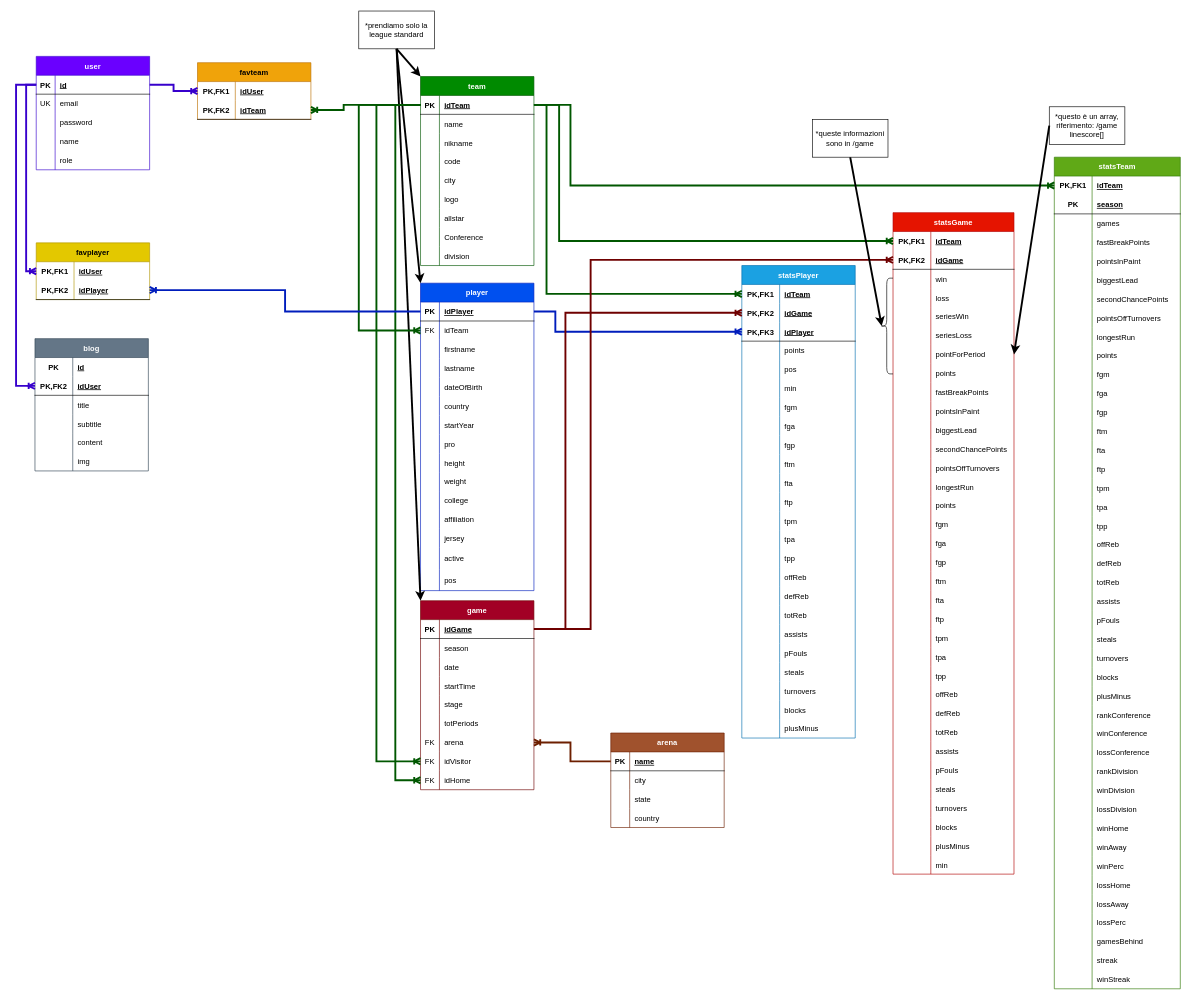
Earlier version of the draw.io diagram LastGame/database/DB_relazionale.drawio (leonardoscardoni/IGallinacci). Source tidied: cells renumbered, new cells numbered last; positions are measured from the earlier drawing's top-left corner, leaving out a move shared by most shapes. Both pictures are drawn from the tidied source at 63%, with x=0, y=0 at pixel (16, 11).
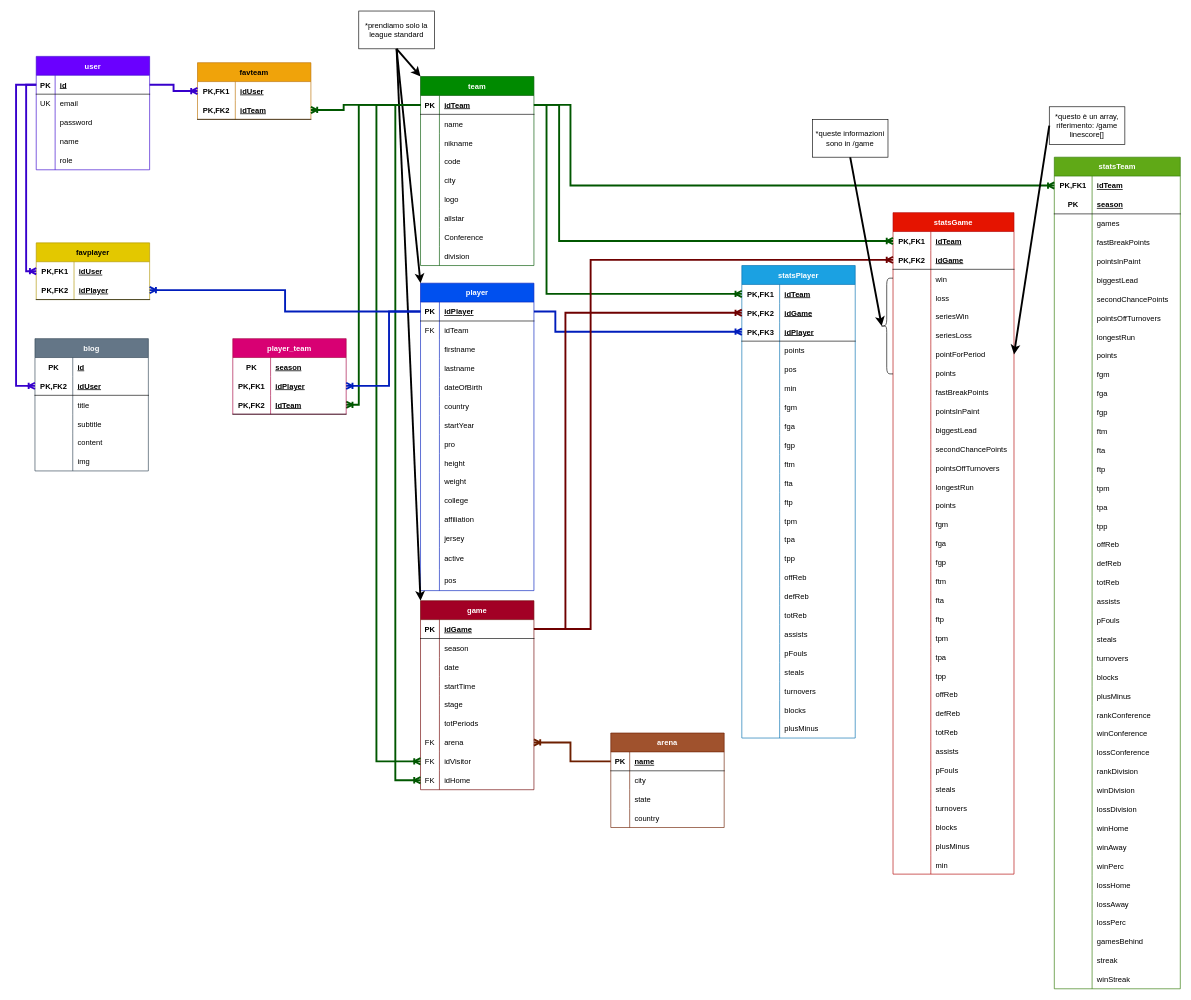
After the change.

The change refers to these unchanged cells:
```xml
<mxCell id="3" style="shape=tableRow;horizontal=0;startSize=0;swimlaneHead=0;swimlaneBody=0;fillColor=none;points=[[0,0.5],[1,0.5]];portConstraint=eastwest;top=0;left=0;right=0;bottom=1;" parent="2" vertex="1">
  <mxGeometry y="30" width="180" height="30" as="geometry" />
</mxCell>
<mxCell id="31" style="shape=tableRow;horizontal=0;startSize=0;swimlaneHead=0;swimlaneBody=0;fillColor=none;points=[[0,0.5],[1,0.5]];portConstraint=eastwest;top=0;left=0;right=0;bottom=1;" parent="30" vertex="1">
  <mxGeometry y="30" width="180" height="30" as="geometry" />
</mxCell>
<mxCell id="34" style="shape=tableRow;horizontal=0;startSize=0;swimlaneHead=0;swimlaneBody=0;fillColor=none;points=[[0,0.5],[1,0.5]];portConstraint=eastwest;top=0;left=0;right=0;bottom=0;" parent="30" vertex="1">
  <mxGeometry y="60" width="180" height="30" as="geometry" />
</mxCell>
```

Change to the diagram source:
```diff
@@
-    <mxCell id="441" style="edgeStyle=elbowEdgeStyle;fontSize=12;html=1;endArrow=ERoneToMany;rounded=0;strokeWidth=3;exitX=0;exitY=0.5;exitDx=0;exitDy=0;entryX=0;entryY=0.5;entryDx=0;entryDy=0;fillColor=#008a00;strokeColor=#005700;" parent="1" edge="1" source="3" target="34">
+    <mxCell id="441" style="edgeStyle=elbowEdgeStyle;fontSize=12;html=1;endArrow=ERoneToMany;rounded=0;strokeWidth=3;exitX=0;exitY=0.5;exitDx=0;exitDy=0;entryX=1;entryY=0.5;entryDx=0;entryDy=0;fillColor=#008a00;strokeColor=#005700;" parent="1" edge="1" source="3" target="503">
       <mxGeometry relative="1" as="geometry">
         <Array as="points">
           <mxPoint x="544" y="336" />
         </Array>
       </mxGeometry>
     </mxCell>
@@
+    <mxCell id="496" value="player_team" style="shape=table;startSize=30;childLayout=tableLayout;rowLines=0;fontStyle=1;align=center;fillColor=#d80073;fontColor=#ffffff;strokeColor=#A50040;" parent="1" vertex="1">
+      <mxGeometry x="344" y="520" width="180" height="120" as="geometry" />
+    </mxCell>
+    <mxCell id="497" style="shape=tableRow;horizontal=0;startSize=0;swimlaneHead=0;swimlaneBody=0;fillColor=none;top=0;left=0;right=0;bottom=0;" parent="496" vertex="1">
+      <mxGeometry y="30" width="180" height="30" as="geometry" />
+    </mxCell>
+    <mxCell id="498" value="PK" style="shape=partialRectangle;fillColor=none;top=0;left=0;bottom=0;right=0;fontStyle=1;overflow=hidden;" parent="497" vertex="1">
+      <mxGeometry width="60" height="30" as="geometry" />
+    </mxCell>
+    <mxCell id="499" value="season" style="shape=partialRectangle;fillColor=none;top=0;left=0;bottom=0;right=0;align=left;spacingLeft=6;fontStyle=5;overflow=hidden;" parent="497" vertex="1">
+      <mxGeometry x="60" width="120" height="30" as="geometry" />
+    </mxCell>
+    <mxCell id="500" style="shape=tableRow;horizontal=0;startSize=0;swimlaneHead=0;swimlaneBody=0;fillColor=none;points=[[0,0.5],[1,0.5]];portConstraint=eastwest;top=0;left=0;right=0;bottom=0;" parent="496" vertex="1">
+      <mxGeometry y="60" width="180" height="30" as="geometry" />
+    </mxCell>
+    <mxCell id="501" value="PK,FK1" style="shape=partialRectangle;fillColor=none;top=0;left=0;bottom=0;right=0;fontStyle=1;overflow=hidden;" parent="500" vertex="1">
+      <mxGeometry width="60" height="30" as="geometry" />
+    </mxCell>
+    <mxCell id="502" value="idPlayer" style="shape=partialRectangle;fillColor=none;top=0;left=0;bottom=0;right=0;align=left;spacingLeft=6;fontStyle=5;overflow=hidden;" parent="500" vertex="1">
+      <mxGeometry x="60" width="120" height="30" as="geometry" />
+    </mxCell>
+    <mxCell id="503" style="shape=tableRow;horizontal=0;startSize=0;swimlaneHead=0;swimlaneBody=0;fillColor=none;points=[[0,0.5],[1,0.5]];portConstraint=eastwest;top=0;left=0;right=0;bottom=1;" parent="496" vertex="1">
+      <mxGeometry y="90" width="180" height="30" as="geometry" />
+    </mxCell>
+    <mxCell id="504" value="PK,FK2" style="shape=partialRectangle;fillColor=none;top=0;left=0;bottom=0;right=0;fontStyle=1;overflow=hidden;" parent="503" vertex="1">
+      <mxGeometry width="60" height="30" as="geometry" />
+    </mxCell>
+    <mxCell id="505" value="IdTeam" style="shape=partialRectangle;fillColor=none;top=0;left=0;bottom=0;right=0;align=left;spacingLeft=6;fontStyle=5;overflow=hidden;" parent="503" vertex="1">
+      <mxGeometry x="60" width="120" height="30" as="geometry" />
+    </mxCell>
+    <mxCell id="506" style="edgeStyle=elbowEdgeStyle;fontSize=12;html=1;endArrow=ERoneToMany;rounded=0;exitX=0;exitY=0.5;exitDx=0;exitDy=0;entryX=1;entryY=0.5;entryDx=0;entryDy=0;strokeWidth=3;fillColor=#0050ef;strokeColor=#001DBC;" parent="1" edge="1" source="31" target="500">
+      <mxGeometry relative="1" as="geometry">
+        <Array as="points">
+          <mxPoint x="592" y="536" />
+        </Array>
+      </mxGeometry>
+    </mxCell>
```
